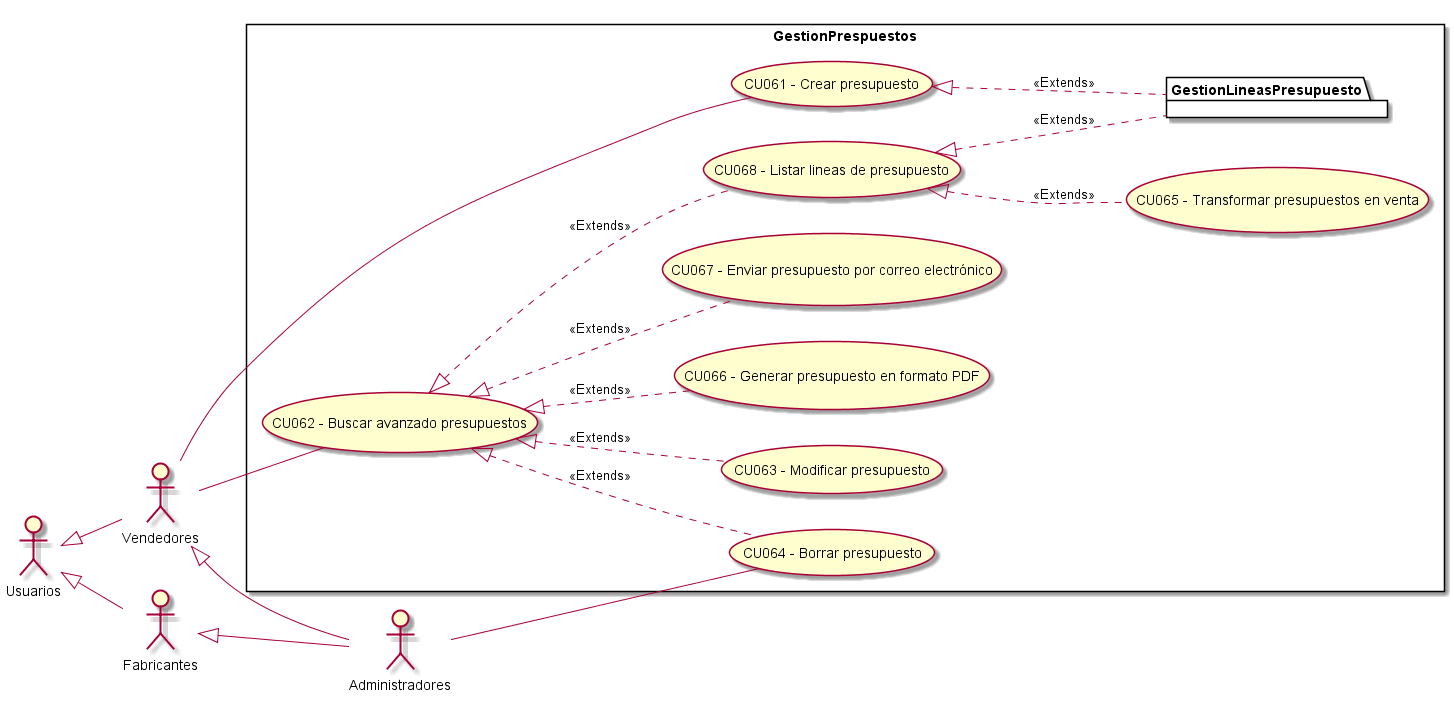
This is Informe Final/Imagenes/ModeladoDeCasosDeUso/DiagramaDeCasosDeUso/GestionPresupuestos.png from ZMGestion/DocumentacionZMGestion, a PlantUML export, as it was before one commit.
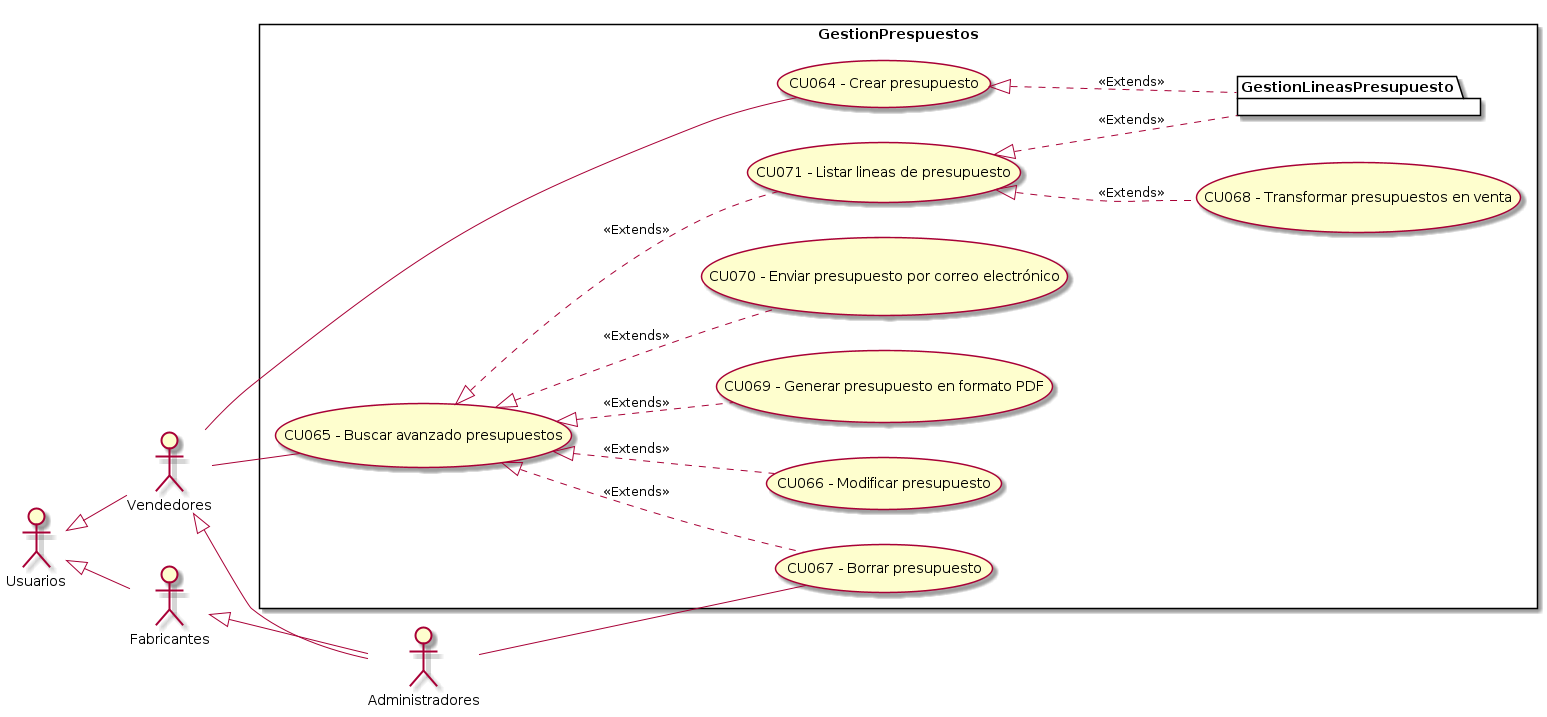
After the commit.

What changed in the source:
```diff
@@ -13,14 +13,14 @@
  left to right direction
 
 rectangle GestionPrespuestos{
-    UseCase "CU061 - Crear presupuesto" as C
-    UseCase "CU062 - Buscar avanzado presupuestos" as BA
-    UseCase "CU063 - Modificar presupuesto" as M
-    UseCase "CU064 - Borrar presupuesto" as B
-    UseCase "CU065 - Transformar presupuestos en venta" as Transformar
-    UseCase "CU066 - Generar presupuesto en formato PDF" as PDF
-    UseCase "CU067 - Enviar presupuesto por correo electrónico" as Enviar
-    UseCase "CU068 - Listar lineas de presupuesto" as Listar
+    UseCase "CU064 - Crear presupuesto" as C
+    UseCase "CU065 - Buscar avanzado presupuestos" as BA
+    UseCase "CU066 - Modificar presupuesto" as M
+    UseCase "CU067 - Borrar presupuesto" as B
+    UseCase "CU068 - Transformar presupuestos en venta" as Transformar
+    UseCase "CU069 - Generar presupuesto en formato PDF" as PDF
+    UseCase "CU070 - Enviar presupuesto por correo electrónico" as Enviar
+    UseCase "CU071 - Listar lineas de presupuesto" as Listar
     package GestionLineasPresupuesto{
     }
 
```
